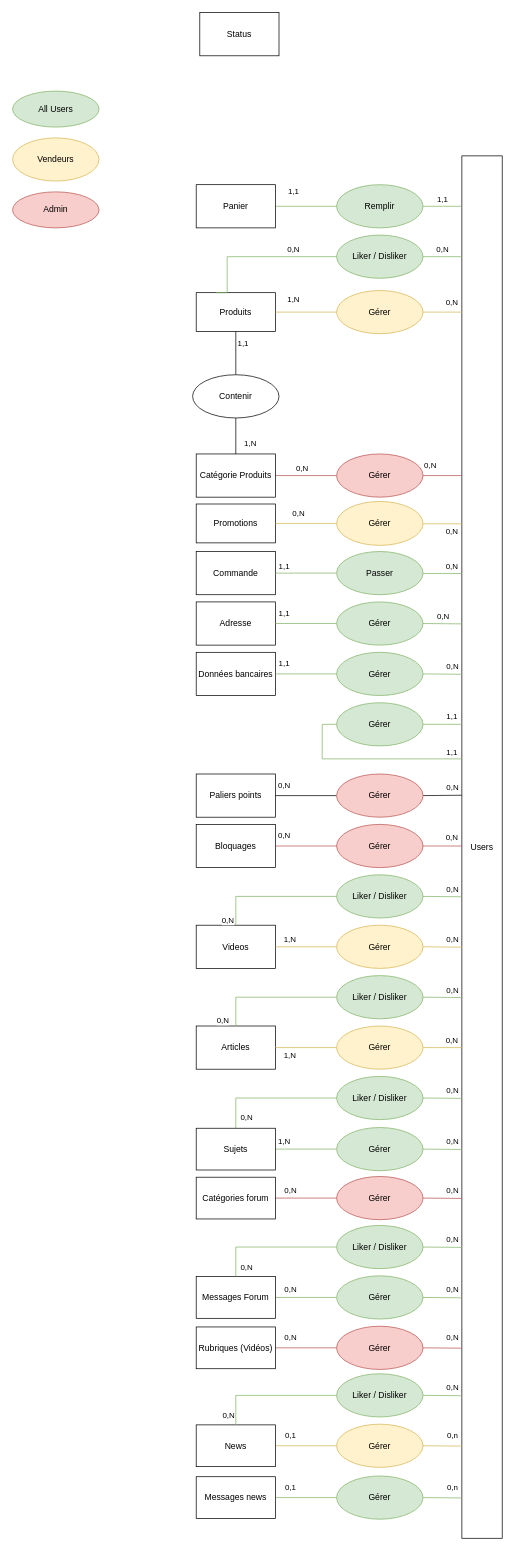
Benji290402/TpPHP-SQL keeps this draw.io diagram as page "MCD" (1 of 4) of BDD.drawio. Above is the earlier version. Source tidied: cells renumbered, new cells numbered last; positions are measured from the earlier drawing's top-left corner, leaving out a move shared by most shapes. Both pictures are drawn from the tidied source at 72%, with x=0, y=0 at pixel (12, 12).
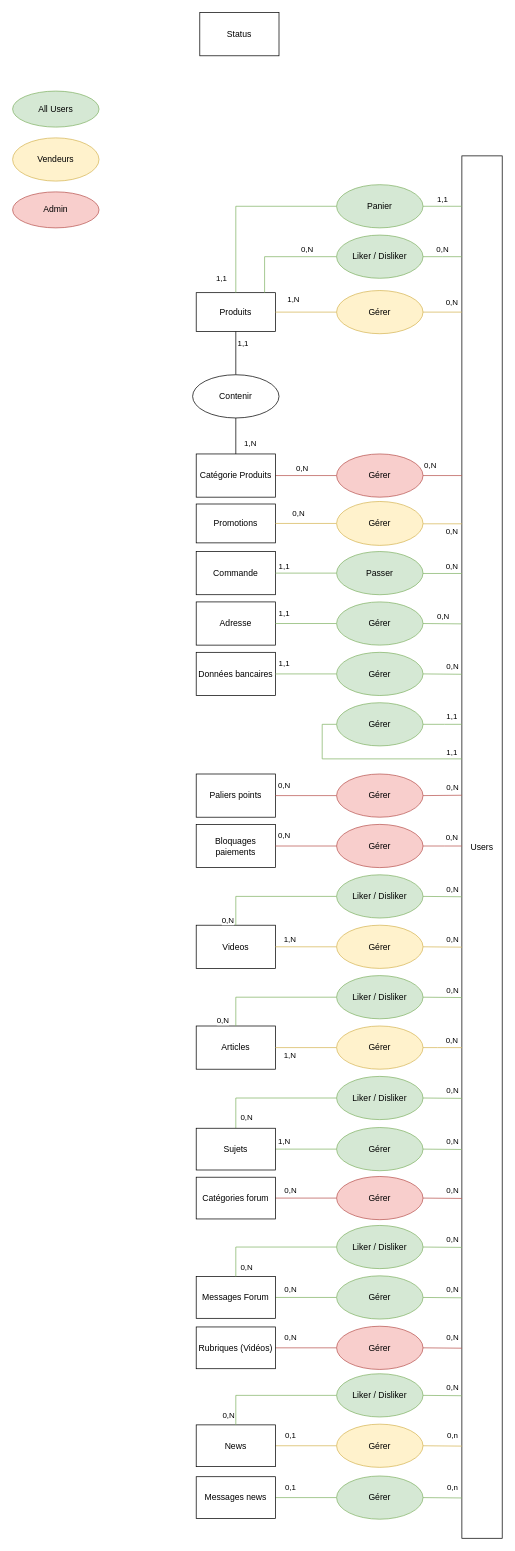
The same diagram, later.

Unchanged cells that the change refers to:
```xml
<mxCell id="3" value="Produits" style="rounded=0;whiteSpace=wrap;html=1;" parent="1" vertex="1">
  <mxGeometry x="255" y="389" width="110" height="54" as="geometry" />
</mxCell>
<mxCell id="42" value="Paliers points" style="rounded=0;whiteSpace=wrap;html=1;" parent="1" vertex="1">
  <mxGeometry x="255" y="1057.5" width="110" height="60" as="geometry" />
</mxCell>
<mxCell id="45" value="Gérer" style="ellipse;whiteSpace=wrap;html=1;fillColor=#f8cecc;strokeColor=#b85450;" parent="1" vertex="1">
  <mxGeometry x="450" y="1057.5" width="120" height="60" as="geometry" />
</mxCell>
<mxCell id="93" value="Liker / Disliker" style="ellipse;whiteSpace=wrap;html=1;fillColor=#d5e8d4;strokeColor=#82b366;" parent="1" vertex="1">
  <mxGeometry x="450" y="309" width="120" height="60" as="geometry" />
</mxCell>
```

Diff of the diagram source:
```diff
@@
-    <mxCell id="4" value="1,1" style="edgeStyle=orthogonalEdgeStyle;rounded=0;jettySize=auto;html=1;exitX=1;exitY=0.5;exitDx=0;exitDy=0;entryX=0;entryY=0.5;entryDx=0;entryDy=0;endArrow=none;endFill=0;fillColor=#d5e8d4;strokeColor=#82b366;" parent="1" edge="1" source="5" target="7">
-      <mxGeometry x="-0.41" y="20" relative="1" as="geometry" />
+    <mxCell id="4" value="1,1" style="edgeStyle=orthogonalEdgeStyle;rounded=0;jettySize=auto;html=1;endArrow=none;endFill=0;fillColor=#d5e8d4;strokeColor=#82b366;" parent="1" edge="1" source="3" target="7">
+      <mxGeometry x="-0.85" y="20" relative="1" as="geometry">
+        <Array as="points">
+          <mxPoint x="310" y="269" />
+        </Array>
+      </mxGeometry>
     </mxCell>
-    <mxCell id="5" value="Panier" style="rounded=0;whiteSpace=wrap;html=1;" parent="1" vertex="1">
-      <mxGeometry x="255" y="239" width="110" height="60" as="geometry" />
-    </mxCell>
@@
-    <mxCell id="7" value="Remplir" style="ellipse;whiteSpace=wrap;html=1;fillColor=#d5e8d4;strokeColor=#82b366;" parent="1" vertex="1">
+    <mxCell id="7" value="Panier" style="ellipse;whiteSpace=wrap;html=1;fillColor=#d5e8d4;strokeColor=#82b366;" parent="1" vertex="1">
       <mxGeometry x="450" y="239" width="120" height="60" as="geometry" />
     </mxCell>
@@
-    <mxCell id="43" value="0,N" style="edgeStyle=orthogonalEdgeStyle;rounded=0;jettySize=auto;html=1;endArrow=none;endFill=0;" parent="1" edge="1" source="45" target="42">
+    <mxCell id="43" value="0,N" style="edgeStyle=orthogonalEdgeStyle;rounded=0;jettySize=auto;html=1;endArrow=none;endFill=0;fillColor=#f8cecc;strokeColor=#b85450;" parent="1" edge="1" source="45" target="42">
       <mxGeometry x="0.72" y="-15" relative="1" as="geometry" />
     </mxCell>
-    <mxCell id="44" value="0,N" style="edgeStyle=elbowEdgeStyle;rounded=0;jettySize=auto;html=1;exitX=1;exitY=0.5;exitDx=0;exitDy=0;endArrow=none;endFill=0;elbow=vertical;" parent="1" edge="1" source="45">
+    <mxCell id="44" value="0,N" style="edgeStyle=elbowEdgeStyle;rounded=0;jettySize=auto;html=1;exitX=1;exitY=0.5;exitDx=0;exitDy=0;endArrow=none;endFill=0;elbow=vertical;fillColor=#f8cecc;strokeColor=#b85450;" parent="1" edge="1" source="45">
       <mxGeometry x="0.48" y="11" relative="1" as="geometry">
         <mxPoint x="624" y="1086.5" as="targetPoint" />
       </mxGeometry>
     </mxCell>
@@
-    <mxCell id="46" value="Bloquages" style="rounded=0;whiteSpace=wrap;html=1;" parent="1" vertex="1">
+    <mxCell id="46" value="Bloquages paiements" style="rounded=0;whiteSpace=wrap;html=1;" parent="1" vertex="1">
       <mxGeometry x="255" y="1127.5" width="110" height="60" as="geometry" />
     </mxCell>
@@
-    <mxCell id="92" value="0,N" style="edgeStyle=elbowEdgeStyle;rounded=0;jettySize=auto;html=1;exitX=0;exitY=0.5;exitDx=0;exitDy=0;entryX=0.25;entryY=0;entryDx=0;entryDy=0;endArrow=none;endFill=0;fillColor=#d5e8d4;strokeColor=#82b366;" parent="1" edge="1" source="93" target="3">
+    <mxCell id="92" value="0,N" style="edgeStyle=elbowEdgeStyle;rounded=0;jettySize=auto;html=1;exitX=0;exitY=0.5;exitDx=0;exitDy=0;endArrow=none;endFill=0;fillColor=#d5e8d4;strokeColor=#82b366;" parent="1" edge="1" source="93" target="3">
       <mxGeometry x="-0.45" y="-10" relative="1" as="geometry">
         <Array as="points">
+          <mxPoint x="350" y="369" />
           <mxPoint x="298" y="349" />
         </Array>
       </mxGeometry>
     </mxCell>
```
